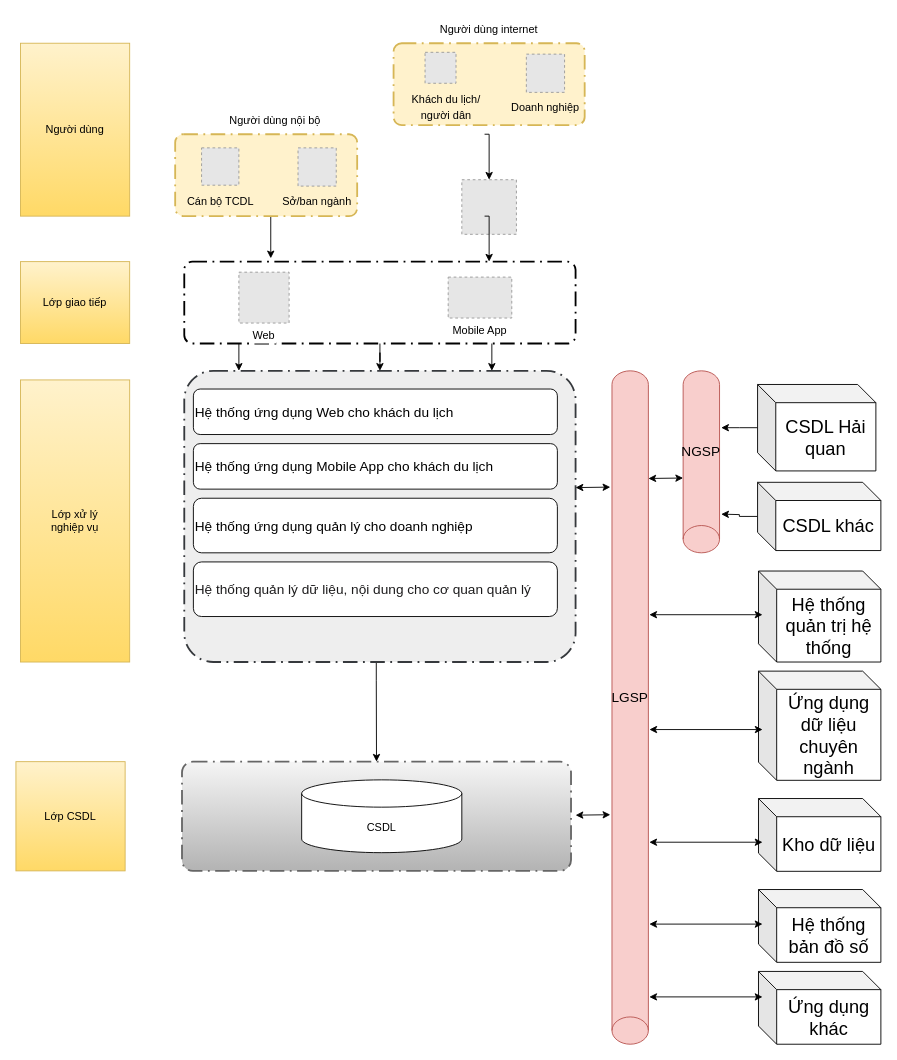
letheanh12345/Draw-io keeps this draw.io diagram as page "DU_LICH_THONG_MINH" (4 of 5) of tcdl.drawio. Above is the earlier version. Source tidied: cells renumbered, new cells numbered last; positions are measured from the earlier drawing's top-left corner, leaving out a move shared by most shapes. Both pictures are drawn from the tidied source at 91%, with x=0, y=0 at pixel (15, 15). Pictures stored in the file or linked from it are replaced by grey dashed boxes.
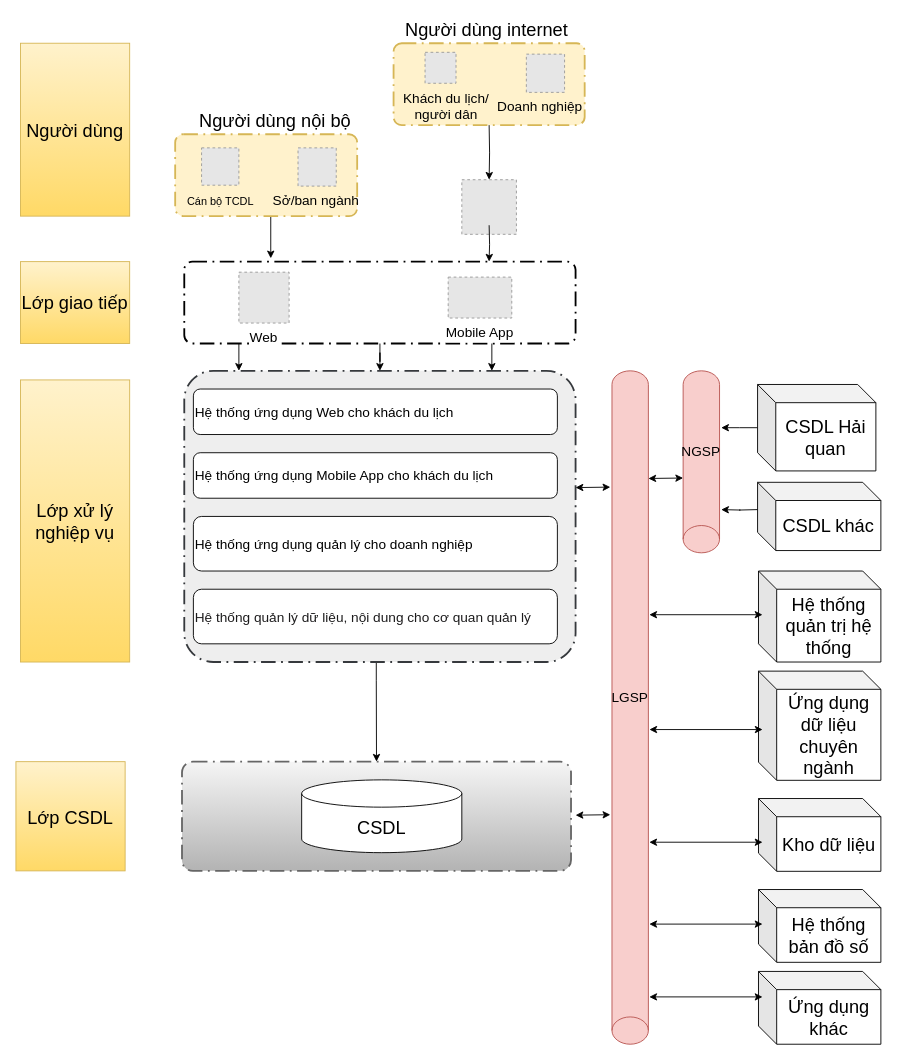
Above is the later version.

The change refers to these unchanged cells:
```xml
<mxCell id="41" style="fillColor=#E6E6E6;strokeColor=#999999;dashed=1;verticalLabelPosition=bottom;labelBackgroundColor=default;verticalAlign=top;" parent="1" vertex="1">
  <mxGeometry x="490" y="180" width="60" height="60" as="geometry" />
</mxCell>
<mxCell id="44" value="CSDL khác" style="shape=cube;whiteSpace=wrap;html=1;boundedLbl=1;backgroundOutline=1;darkOpacity=0.05;darkOpacity2=0.1;fontSize=20;" parent="1" vertex="1">
  <mxGeometry x="815" y="512.5" width="135.5" height="75" as="geometry" />
</mxCell>
```

The edit, as a diff of the source:
```diff
@@
-    <mxCell id="2" style="edgeStyle=orthogonalEdgeStyle;rounded=0;jettySize=auto;html=1;entryX=0.5;entryY=0;entryDx=0;entryDy=0;entryPerimeter=0;" parent="1" edge="1" source="3" target="9">
+    <mxCell id="2" style="edgeStyle=orthogonalEdgeStyle;rounded=0;jettySize=auto;html=1;entryX=0.5;entryY=0;entryDx=0;entryDy=0;entryPerimeter=0;fontSize=15;" parent="1" edge="1" source="3" target="9">
       <mxGeometry relative="1" as="geometry" />
     </mxCell>
-    <mxCell id="3" style="points=[[0.25,0,0],[0.5,0,0],[0.75,0,0],[1,0.25,0],[1,0.5,0],[1,0.75,0],[0.75,1,0],[0.5,1,0],[0.25,1,0],[0,0.75,0],[0,0.5,0],[0,0.25,0]];rounded=1;arcSize=10;dashed=1;strokeColor=#000000;fillColor=none;gradientColor=none;dashPattern=8 3 1 3;strokeWidth=2;fontStyle=1;fontSize=20;" parent="1" vertex="1">
+    <mxCell id="3" style="points=[[0.25,0,0],[0.5,0,0],[0.75,0,0],[1,0.25,0],[1,0.5,0],[1,0.75,0],[0.75,1,0],[0.5,1,0],[0.25,1,0],[0,0.75,0],[0,0.5,0],[0,0.25,0]];rounded=1;arcSize=10;dashed=1;strokeColor=#000000;fillColor=none;gradientColor=none;dashPattern=8 3 1 3;strokeWidth=2;fontStyle=1;fontSize=15;" parent="1" vertex="1">
       <mxGeometry x="185" y="270" width="430" height="90" as="geometry" />
     </mxCell>
-    <mxCell id="4" value="Web" style="fillColor=#E6E6E6;strokeColor=#999999;dashed=1;verticalLabelPosition=bottom;labelBackgroundColor=default;verticalAlign=top;" parent="1" vertex="1">
+    <mxCell id="4" value="Web" style="fillColor=#E6E6E6;strokeColor=#999999;dashed=1;verticalLabelPosition=bottom;labelBackgroundColor=default;verticalAlign=top;fontSize=15;" parent="1" vertex="1">
       <mxGeometry x="245" y="281.6" width="55.2" height="55.9" as="geometry" />
     </mxCell>
@@
-    <mxCell id="9" style="points=[[0.25,0,0],[0.5,0,0],[0.75,0,0],[1,0.25,0],[1,0.5,0],[1,0.75,0],[0.75,1,0],[0.5,1,0],[0.25,1,0],[0,0.75,0],[0,0.5,0],[0,0.25,0]];rounded=1;arcSize=10;dashed=1;strokeColor=#36393d;fillColor=#eeeeee;dashPattern=8 3 1 3;strokeWidth=2;fontStyle=1;fontSize=20;" parent="1" vertex="1">
+    <mxCell id="9" style="points=[[0.25,0,0],[0.5,0,0],[0.75,0,0],[1,0.25,0],[1,0.5,0],[1,0.75,0],[0.75,1,0],[0.5,1,0],[0.25,1,0],[0,0.75,0],[0,0.5,0],[0,0.25,0]];rounded=1;arcSize=10;dashed=1;strokeColor=#36393d;fillColor=#eeeeee;dashPattern=8 3 1 3;strokeWidth=2;fontStyle=1;fontSize=15;" parent="1" vertex="1">
       <mxGeometry x="185" y="390" width="430" height="320" as="geometry" />
     </mxCell>
-    <mxCell id="10" value="&lt;font style=&quot;font-size: 15px;&quot;&gt;Hệ thống ứng dụng Web cho khách du lịch&lt;/font&gt;" style="rounded=1;whiteSpace=wrap;html=1;align=left;" parent="1" vertex="1">
+    <mxCell id="10" value="&lt;font style=&quot;font-size: 15px;&quot;&gt;Hệ thống ứng dụng Web cho khách du lịch&lt;/font&gt;" style="rounded=1;whiteSpace=wrap;html=1;align=left;fontSize=15;" parent="1" vertex="1">
       <mxGeometry x="195" y="410" width="400" height="50" as="geometry" />
     </mxCell>
@@
-    <mxCell id="12" value="CSDL" style="shape=cylinder3;whiteSpace=wrap;html=1;boundedLbl=1;backgroundOutline=1;size=15;" parent="1" vertex="1">
+    <mxCell id="12" value="CSDL" style="shape=cylinder3;whiteSpace=wrap;html=1;boundedLbl=1;backgroundOutline=1;size=15;fontSize=20;" parent="1" vertex="1">
       <mxGeometry x="314" y="839.5" width="176" height="80" as="geometry" />
     </mxCell>
-    <mxCell id="13" value="Người dùng" style="rounded=0;whiteSpace=wrap;html=1;fillColor=#fff2cc;gradientColor=#ffd966;strokeColor=#d6b656;" parent="1" vertex="1">
+    <mxCell id="13" value="Người dùng" style="rounded=0;whiteSpace=wrap;html=1;fillColor=#fff2cc;gradientColor=#ffd966;strokeColor=#d6b656;fontSize=20;" parent="1" vertex="1">
       <mxGeometry x="5" y="30" width="120" height="190" as="geometry" />
     </mxCell>
-    <mxCell id="14" value="Lớp giao tiếp" style="rounded=0;whiteSpace=wrap;html=1;fillColor=#fff2cc;gradientColor=#ffd966;strokeColor=#d6b656;" parent="1" vertex="1">
+    <mxCell id="14" value="Lớp giao tiếp" style="rounded=0;whiteSpace=wrap;html=1;fillColor=#fff2cc;gradientColor=#ffd966;strokeColor=#d6b656;fontSize=20;" parent="1" vertex="1">
       <mxGeometry x="5" y="270" width="120" height="90" as="geometry" />
     </mxCell>
-    <mxCell id="15" value="Lớp xử lý &lt;br&gt;nghiệp vụ" style="rounded=0;whiteSpace=wrap;html=1;fillColor=#fff2cc;gradientColor=#ffd966;strokeColor=#d6b656;" parent="1" vertex="1">
+    <mxCell id="15" value="Lớp xử lý &lt;br style=&quot;font-size: 20px;&quot;&gt;nghiệp vụ" style="rounded=0;whiteSpace=wrap;html=1;fillColor=#fff2cc;gradientColor=#ffd966;strokeColor=#d6b656;fontSize=20;" parent="1" vertex="1">
       <mxGeometry x="5" y="400" width="120" height="310" as="geometry" />
     </mxCell>
-    <mxCell id="16" value="Lớp CSDL" style="rounded=0;whiteSpace=wrap;html=1;fillColor=#fff2cc;gradientColor=#ffd966;strokeColor=#d6b656;" parent="1" vertex="1">
+    <mxCell id="16" value="Lớp CSDL" style="rounded=0;whiteSpace=wrap;html=1;fillColor=#fff2cc;gradientColor=#ffd966;strokeColor=#d6b656;fontSize=20;" parent="1" vertex="1">
       <mxGeometry y="819.5" width="120" height="120" as="geometry" />
     </mxCell>
-    <mxCell id="17" style="edgeStyle=orthogonalEdgeStyle;rounded=0;orthogonalLoop=1;jettySize=auto;html=1;entryX=0.5;entryY=0;entryDx=0;entryDy=0;entryPerimeter=0;" parent="1" edge="1">
+    <mxCell id="17" style="edgeStyle=orthogonalEdgeStyle;rounded=0;orthogonalLoop=1;jettySize=auto;html=1;entryX=0.5;entryY=0;entryDx=0;entryDy=0;entryPerimeter=0;fontSize=15;" parent="1" edge="1">
       <mxGeometry relative="1" as="geometry">
         <mxPoint x="523" y="360" as="sourcePoint" />
         <mxPoint x="523" y="390" as="targetPoint" />
       </mxGeometry>
     </mxCell>
-    <mxCell id="18" style="edgeStyle=orthogonalEdgeStyle;rounded=0;orthogonalLoop=1;jettySize=auto;html=1;entryX=0.5;entryY=0;entryDx=0;entryDy=0;entryPerimeter=0;" parent="1" edge="1">
+    <mxCell id="18" style="edgeStyle=orthogonalEdgeStyle;rounded=0;orthogonalLoop=1;jettySize=auto;html=1;entryX=0.5;entryY=0;entryDx=0;entryDy=0;entryPerimeter=0;fontSize=15;" parent="1" edge="1">
       <mxGeometry relative="1" as="geometry">
         <mxPoint x="245" y="360" as="sourcePoint" />
         <mxPoint x="245" y="390" as="targetPoint" />
       </mxGeometry>
     </mxCell>
@@
-    <mxCell id="20" value="Mobile App" style="fillColor=#E6E6E6;strokeColor=#999999;dashed=1;verticalLabelPosition=bottom;labelBackgroundColor=default;verticalAlign=top;" parent="1" vertex="1">
+    <mxCell id="20" value="Mobile App" style="fillColor=#E6E6E6;strokeColor=#999999;dashed=1;verticalLabelPosition=bottom;labelBackgroundColor=default;verticalAlign=top;fontSize=15;" parent="1" vertex="1">
       <mxGeometry x="475" y="287" width="69.9" height="45" as="geometry" />
     </mxCell>
-    <mxCell id="21" value="&lt;font style=&quot;font-size: 15px;&quot;&gt;Hệ thống ứng dụng Mobile App cho khách du lịch&lt;/font&gt;" style="rounded=1;whiteSpace=wrap;html=1;align=left;" parent="1" vertex="1">
-      <mxGeometry x="195" y="470" width="400" height="50" as="geometry" />
+    <mxCell id="21" value="&lt;font style=&quot;font-size: 15px;&quot;&gt;Hệ thống ứng dụng Mobile App cho khách du lịch&lt;/font&gt;" style="rounded=1;whiteSpace=wrap;html=1;align=left;fontSize=15;" parent="1" vertex="1">
+      <mxGeometry x="195" y="480" width="400" height="50" as="geometry" />
     </mxCell>
-    <mxCell id="22" value="&lt;font style=&quot;font-size: 15px;&quot;&gt;Hệ thống ứng dụng quản lý cho doanh nghiệp&lt;/font&gt;" style="rounded=1;whiteSpace=wrap;html=1;align=left;" parent="1" vertex="1">
-      <mxGeometry x="195" y="530" width="400" height="60" as="geometry" />
+    <mxCell id="22" value="&lt;font style=&quot;font-size: 15px;&quot;&gt;Hệ thống ứng dụng quản lý cho doanh nghiệp&lt;/font&gt;" style="rounded=1;whiteSpace=wrap;html=1;align=left;fontSize=15;" parent="1" vertex="1">
+      <mxGeometry x="195" y="550" width="400" height="60" as="geometry" />
     </mxCell>
-    <mxCell id="23" value="&lt;span style=&quot;color: rgb(29, 28, 29); font-family: Slack-Lato, Slack-Fractions, appleLogo, sans-serif; font-variant-ligatures: common-ligatures; background-color: rgb(255, 255, 255);&quot;&gt;&lt;font style=&quot;font-size: 15px;&quot;&gt;Hệ thống quản lý dữ liệu, nội dung cho cơ quan quản lý&lt;/font&gt;&lt;/span&gt;" style="rounded=1;whiteSpace=wrap;html=1;align=left;" parent="1" vertex="1">
-      <mxGeometry x="195" y="600" width="400" height="60" as="geometry" />
+    <mxCell id="23" value="&lt;span style=&quot;color: rgb(29, 28, 29); font-family: Slack-Lato, Slack-Fractions, appleLogo, sans-serif; font-variant-ligatures: common-ligatures; background-color: rgb(255, 255, 255); font-size: 15px;&quot;&gt;&lt;font style=&quot;font-size: 15px;&quot;&gt;Hệ thống quản lý dữ liệu, nội dung cho cơ quan quản lý&lt;/font&gt;&lt;/span&gt;" style="rounded=1;whiteSpace=wrap;html=1;align=left;fontSize=15;" parent="1" vertex="1">
+      <mxGeometry x="195" y="630" width="400" height="60" as="geometry" />
     </mxCell>
@@
-    <mxCell id="25" value="&lt;font style=&quot;font-size: 12px;&quot;&gt;Sở/ban ngành&lt;/font&gt;" style="text;html=1;strokeColor=none;fillColor=none;align=center;verticalAlign=middle;whiteSpace=wrap;rounded=0;fontSize=15;" parent="1" vertex="1">
-      <mxGeometry x="288" y="187" width="86" height="30" as="geometry" />
+    <mxCell id="25" value="&lt;font style=&quot;font-size: 15px;&quot;&gt;Sở/ban ngành&lt;/font&gt;" style="text;html=1;strokeColor=none;fillColor=none;align=center;verticalAlign=middle;whiteSpace=wrap;rounded=0;fontSize=15;" parent="1" vertex="1">
+      <mxGeometry x="275" y="187" width="110" height="30" as="geometry" />
     </mxCell>
@@
-    <mxCell id="31" style="endArrow=classic;startArrow=classic;html=1;rounded=0;fontSize=20;exitX=-0.046;exitY=0.204;exitDx=0;exitDy=0;exitPerimeter=0;entryX=1;entryY=0.5;entryDx=0;entryDy=0;entryPerimeter=0;" parent="1" edge="1">
+    <mxCell id="31" style="endArrow=classic;startArrow=classic;html=1;rounded=0;fontSize=15;exitX=-0.046;exitY=0.204;exitDx=0;exitDy=0;exitPerimeter=0;entryX=1;entryY=0.5;entryDx=0;entryDy=0;entryPerimeter=0;" parent="1" edge="1">
       <mxGeometry relative="1" as="geometry">
         <mxPoint x="615" y="518.3" as="sourcePoint" />
         <mxPoint x="653.2" y="517.8" as="targetPoint" />
       </mxGeometry>
     </mxCell>
@@
-    <mxCell id="33" value="Người dùng nội bộ" style="text;html=1;strokeColor=none;fillColor=none;align=center;verticalAlign=middle;whiteSpace=wrap;rounded=0;" parent="1" vertex="1">
+    <mxCell id="33" value="Người dùng nội bộ" style="text;html=1;strokeColor=none;fillColor=none;align=center;verticalAlign=middle;whiteSpace=wrap;rounded=0;fontSize=20;" parent="1" vertex="1">
       <mxGeometry x="195" y="100" width="180" height="30" as="geometry" />
     </mxCell>
-    <mxCell id="34" style="edgeStyle=orthogonalEdgeStyle;rounded=0;jettySize=auto;html=1;entryX=0.5;entryY=0;entryDx=0;entryDy=0;" parent="1" edge="1" target="41">
-      <mxGeometry relative="1" as="geometry">
-        <mxPoint x="515" y="130" as="sourcePoint" />
-        <Array as="points">
-          <mxPoint x="520" y="130" />
-        </Array>
-      </mxGeometry>
-    </mxCell>
@@
-    <mxCell id="38" value="&lt;font style=&quot;font-size: 12px;&quot;&gt;Khách du lịch/ người dân&lt;/font&gt;" style="text;html=1;strokeColor=none;fillColor=none;align=center;verticalAlign=middle;whiteSpace=wrap;rounded=0;fontSize=15;" parent="1" vertex="1">
+    <mxCell id="38" value="&lt;font style=&quot;font-size: 15px;&quot;&gt;Khách du lịch/ người dân&lt;/font&gt;" style="text;html=1;strokeColor=none;fillColor=none;align=center;verticalAlign=middle;whiteSpace=wrap;rounded=0;fontSize=15;" parent="1" vertex="1">
       <mxGeometry x="423.1" y="84" width="100" height="30" as="geometry" />
     </mxCell>
-    <mxCell id="39" value="&lt;font style=&quot;font-size: 12px;&quot;&gt;Doanh nghiệp&lt;/font&gt;" style="text;html=1;strokeColor=none;fillColor=none;align=center;verticalAlign=middle;whiteSpace=wrap;rounded=0;fontSize=15;" parent="1" vertex="1">
-      <mxGeometry x="536.9" y="84" width="90" height="30" as="geometry" />
+    <mxCell id="39" value="&lt;font style=&quot;font-size: 15px;&quot;&gt;Doanh nghiệp&lt;/font&gt;" style="text;html=1;strokeColor=none;fillColor=none;align=center;verticalAlign=middle;whiteSpace=wrap;rounded=0;fontSize=15;" parent="1" vertex="1">
+      <mxGeometry x="525" y="84" width="101.9" height="30" as="geometry" />
     </mxCell>
-    <mxCell id="40" value="Người dùng internet" style="text;html=1;strokeColor=none;fillColor=none;align=center;verticalAlign=middle;whiteSpace=wrap;rounded=0;" parent="1" vertex="1">
-      <mxGeometry x="430" width="180" height="30" as="geometry" />
+    <mxCell id="40" value="Người dùng internet" style="text;html=1;strokeColor=none;fillColor=none;align=center;verticalAlign=middle;whiteSpace=wrap;rounded=0;fontSize=20;" parent="1" vertex="1">
+      <mxGeometry x="415" width="205" height="30" as="geometry" />
     </mxCell>
@@
-    <mxCell id="42" style="edgeStyle=orthogonalEdgeStyle;rounded=0;orthogonalLoop=1;jettySize=auto;html=1;entryX=0.5;entryY=0;entryDx=0;entryDy=0;" parent="1" edge="1">
-      <mxGeometry relative="1" as="geometry">
-        <mxPoint x="515" y="220" as="sourcePoint" />
-        <mxPoint x="520" y="270" as="targetPoint" />
-        <Array as="points">
-          <mxPoint x="520" y="220" />
-        </Array>
-      </mxGeometry>
-    </mxCell>
-    <mxCell id="43" style="edgeStyle=orthogonalEdgeStyle;rounded=0;jettySize=auto;html=1;" parent="1" edge="1" source="44">
-      <mxGeometry relative="1" as="geometry">
-        <mxPoint x="775" y="547.5" as="targetPoint" />
-      </mxGeometry>
-    </mxCell>
@@
+    <mxCell id="55" style="edgeStyle=orthogonalEdgeStyle;rounded=0;orthogonalLoop=1;jettySize=auto;html=1;" parent="1" edge="1">
+      <mxGeometry relative="1" as="geometry">
+        <mxPoint x="815" y="542.5" as="sourcePoint" />
+        <mxPoint x="775" y="542.5" as="targetPoint" />
+      </mxGeometry>
+    </mxCell>
+    <mxCell id="56" style="edgeStyle=orthogonalEdgeStyle;rounded=0;jettySize=auto;html=1;entryX=0.5;entryY=0;entryDx=0;entryDy=0;fontSize=15;" parent="1" edge="1" target="41">
+      <mxGeometry relative="1" as="geometry">
+        <mxPoint x="520" y="120" as="sourcePoint" />
+      </mxGeometry>
+    </mxCell>
+    <mxCell id="57" style="edgeStyle=orthogonalEdgeStyle;rounded=0;jettySize=auto;html=1;entryX=0.779;entryY=0;entryDx=0;entryDy=0;fontSize=15;entryPerimeter=0;" parent="1" edge="1" target="3">
+      <mxGeometry relative="1" as="geometry">
+        <mxPoint x="520" y="230" as="sourcePoint" />
+      </mxGeometry>
+    </mxCell>
```
